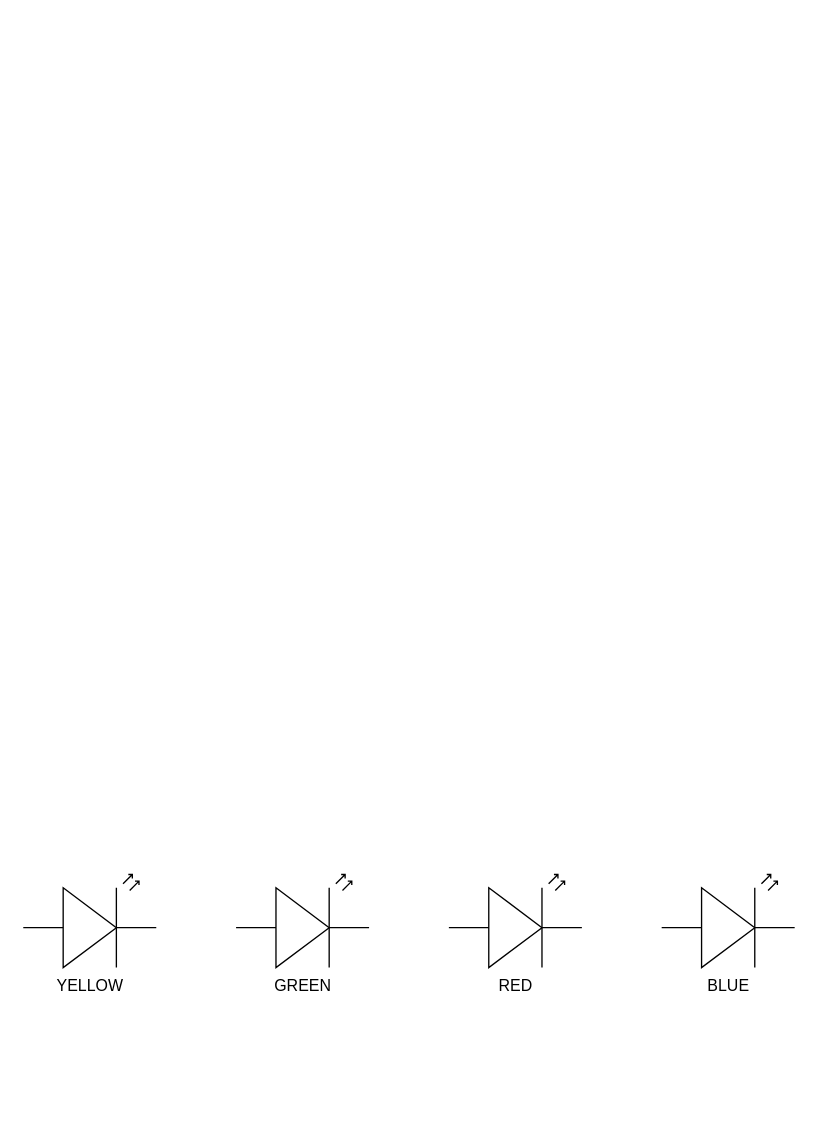
stephenspruill/Final-Project-Simon-Says keeps this draw.io diagram as Simon_Wiring_Schematic.drawio. Above is the earlier version. Source tidied: cells renumbered, new cells numbered last; positions are measured from the earlier drawing's top-left corner, leaving out a move shared by most shapes. Both pictures are drawn from the tidied source at 133%, with x=0, y=0 at pixel (23, 874).
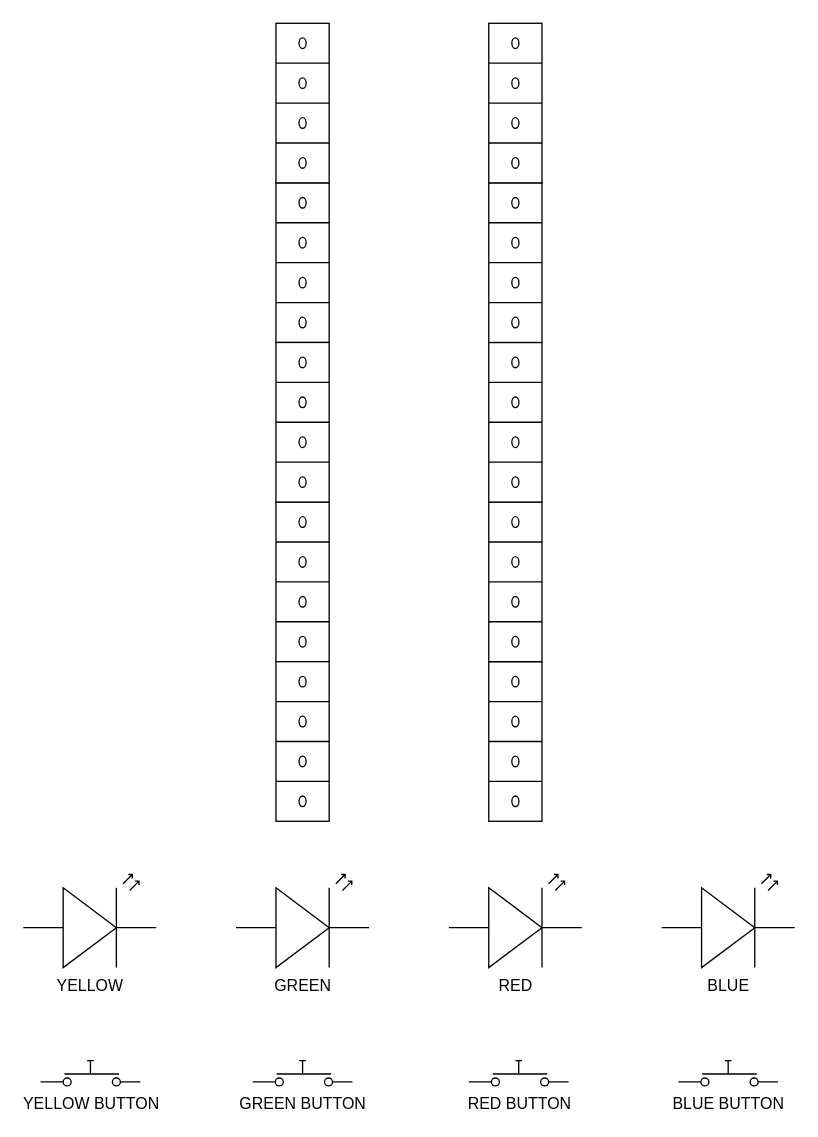
The same page after the edit.

Change to the diagram source:
```diff
@@
 <mxGraphModel>
   <root>
     <mxCell id="0" />
     <mxCell id="1" parent="0" />
     <mxCell id="2" value="YELLOW" style="verticalLabelPosition=bottom;shadow=0;dashed=0;align=center;fillColor=#ffffff;html=1;verticalAlign=top;strokeWidth=1;shape=mxgraph.electrical.opto_electronics.led_2;" parent="1" vertex="1">
       <mxGeometry width="100" height="70" as="geometry" />
     </mxCell>
     <mxCell id="3" value="GREEN" style="verticalLabelPosition=bottom;shadow=0;dashed=0;align=center;fillColor=#ffffff;html=1;verticalAlign=top;strokeWidth=1;shape=mxgraph.electrical.opto_electronics.led_2;" parent="1" vertex="1">
       <mxGeometry x="160" width="100" height="70" as="geometry" />
     </mxCell>
     <mxCell id="4" value="RED" style="verticalLabelPosition=bottom;shadow=0;dashed=0;align=center;fillColor=#ffffff;html=1;verticalAlign=top;strokeWidth=1;shape=mxgraph.electrical.opto_electronics.led_2;" parent="1" vertex="1">
       <mxGeometry x="320" width="100" height="70" as="geometry" />
     </mxCell>
     <mxCell id="5" value="BLUE" style="verticalLabelPosition=bottom;shadow=0;dashed=0;align=center;fillColor=#ffffff;html=1;verticalAlign=top;strokeWidth=1;shape=mxgraph.electrical.opto_electronics.led_2;" parent="1" vertex="1">
       <mxGeometry x="480" width="100" height="70" as="geometry" />
     </mxCell>
+    <mxCell id="6" value="YELLOW BUTTON" style="verticalLabelPosition=bottom;shadow=0;dashed=0;align=center;fillColor=#ffffff;html=1;verticalAlign=top;strokeWidth=1;shape=mxgraph.electrical.electro-mechanical.push_switch_no;" parent="1" vertex="1">
+      <mxGeometry x="13" y="140" width="75" height="19" as="geometry" />
+    </mxCell>
+    <mxCell id="7" value="GREEN BUTTON" style="verticalLabelPosition=bottom;shadow=0;dashed=0;align=center;fillColor=#ffffff;html=1;verticalAlign=top;strokeWidth=1;shape=mxgraph.electrical.electro-mechanical.push_switch_no;" parent="1" vertex="1">
+      <mxGeometry x="172.5" y="140" width="75" height="19" as="geometry" />
+    </mxCell>
+    <mxCell id="8" value="RED BUTTON" style="verticalLabelPosition=bottom;shadow=0;dashed=0;align=center;fillColor=#ffffff;html=1;verticalAlign=top;strokeWidth=1;shape=mxgraph.electrical.electro-mechanical.push_switch_no;" parent="1" vertex="1">
+      <mxGeometry x="335" y="140" width="75" height="19" as="geometry" />
+    </mxCell>
+    <mxCell id="9" value="BLUE BUTTON" style="verticalLabelPosition=bottom;shadow=0;dashed=0;align=center;fillColor=#ffffff;html=1;verticalAlign=top;strokeWidth=1;shape=mxgraph.electrical.electro-mechanical.push_switch_no;" parent="1" vertex="1">
+      <mxGeometry x="492.5" y="140" width="75" height="19" as="geometry" />
+    </mxCell>
+    <mxCell id="10" style="verticalLabelPosition=bottom;shadow=0;dashed=0;align=center;fillColor=#ffffff;html=1;verticalAlign=top;strokeWidth=1;shape=mxgraph.electrical.miscellaneous.terminal_board;" parent="1" vertex="1">
+      <mxGeometry x="190" y="-280" width="40" height="120" as="geometry" />
+    </mxCell>
+    <mxCell id="11" style="verticalLabelPosition=bottom;shadow=0;dashed=0;align=center;fillColor=#ffffff;html=1;verticalAlign=top;strokeWidth=1;shape=mxgraph.electrical.miscellaneous.terminal_board;" parent="1" vertex="1">
+      <mxGeometry x="350" y="-160" width="40" height="120" as="geometry" />
+    </mxCell>
+    <mxCell id="12" style="verticalLabelPosition=bottom;shadow=0;dashed=0;align=center;fillColor=#ffffff;html=1;verticalAlign=top;strokeWidth=1;shape=mxgraph.electrical.miscellaneous.terminal_board;" parent="1" vertex="1">
+      <mxGeometry x="350" y="-280" width="40" height="120" as="geometry" />
+    </mxCell>
+    <mxCell id="13" style="verticalLabelPosition=bottom;shadow=0;dashed=0;align=center;fillColor=#ffffff;html=1;verticalAlign=top;strokeWidth=1;shape=mxgraph.electrical.miscellaneous.terminal_board;" parent="1" vertex="1">
+      <mxGeometry x="190" y="-160" width="40" height="120" as="geometry" />
+    </mxCell>
+    <mxCell id="14" style="verticalLabelPosition=bottom;shadow=0;dashed=0;align=center;fillColor=#ffffff;html=1;verticalAlign=top;strokeWidth=1;shape=mxgraph.electrical.miscellaneous.terminal_board;" parent="1" vertex="1">
+      <mxGeometry x="190" y="-520" width="40" height="120" as="geometry" />
+    </mxCell>
+    <mxCell id="15" style="verticalLabelPosition=bottom;shadow=0;dashed=0;align=center;fillColor=#ffffff;html=1;verticalAlign=top;strokeWidth=1;shape=mxgraph.electrical.miscellaneous.terminal_board;" parent="1" vertex="1">
+      <mxGeometry x="350" y="-400" width="40" height="120" as="geometry" />
+    </mxCell>
+    <mxCell id="16" style="verticalLabelPosition=bottom;shadow=0;dashed=0;align=center;fillColor=#ffffff;html=1;verticalAlign=top;strokeWidth=1;shape=mxgraph.electrical.miscellaneous.terminal_board;" parent="1" vertex="1">
+      <mxGeometry x="350" y="-520" width="40" height="120" as="geometry" />
+    </mxCell>
+    <mxCell id="17" style="verticalLabelPosition=bottom;shadow=0;dashed=0;align=center;fillColor=#ffffff;html=1;verticalAlign=top;strokeWidth=1;shape=mxgraph.electrical.miscellaneous.terminal_board;" parent="1" vertex="1">
+      <mxGeometry x="190" y="-400" width="40" height="120" as="geometry" />
+    </mxCell>
+    <mxCell id="18" style="verticalLabelPosition=bottom;shadow=0;dashed=0;align=center;fillColor=#ffffff;html=1;verticalAlign=top;strokeWidth=1;shape=mxgraph.electrical.miscellaneous.terminal_board;" parent="1" vertex="1">
+      <mxGeometry x="190" y="-640" width="40" height="120" as="geometry" />
+    </mxCell>
+    <mxCell id="19" style="verticalLabelPosition=bottom;shadow=0;dashed=0;align=center;fillColor=#ffffff;html=1;verticalAlign=top;strokeWidth=1;shape=mxgraph.electrical.miscellaneous.terminal_board;" parent="1" vertex="1">
+      <mxGeometry x="350" y="-640" width="40" height="120" as="geometry" />
+    </mxCell>
   </root>
 </mxGraphModel>
```
